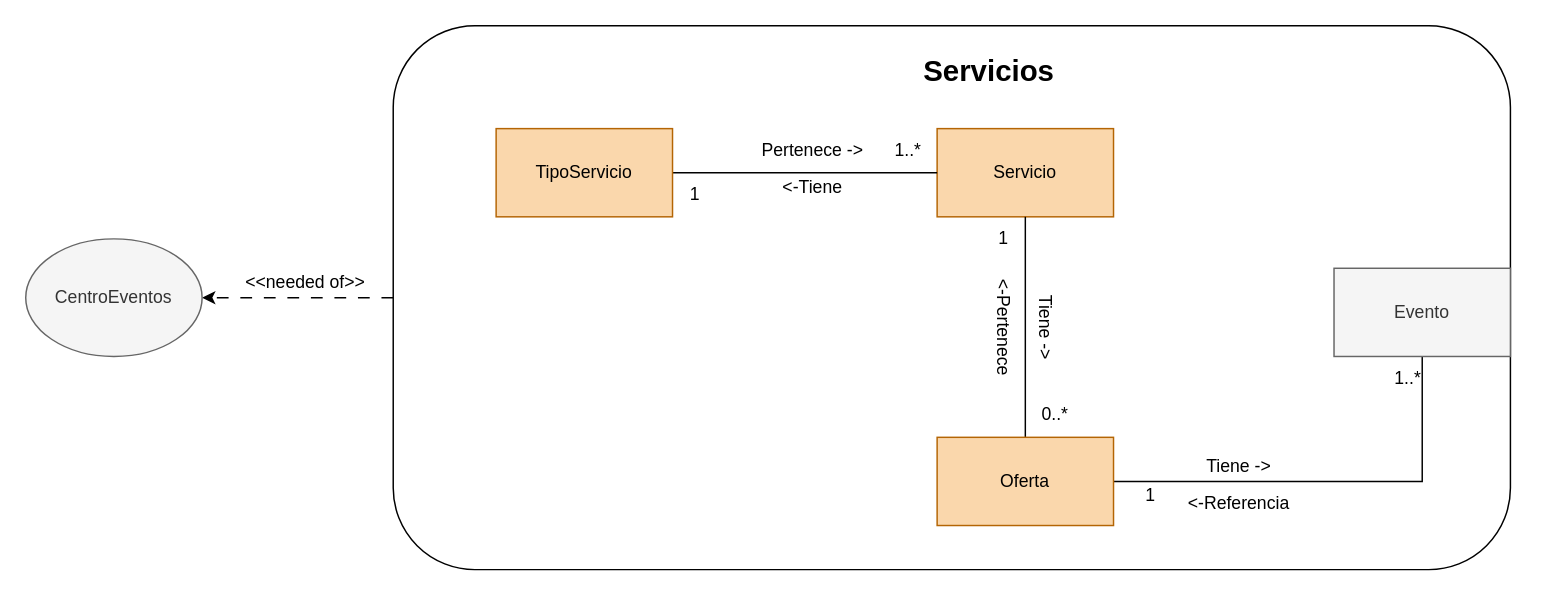
cristianospina/DOO keeps this draw.io diagram as page "4.5 Servicios-ModeloDominioAcotado" (8 of 16) of SpaOnline/ModeloDominioSpa.drawio. Above is the earlier version. Source tidied: cells renumbered, new cells numbered last; positions are measured from the earlier drawing's top-left corner, leaving out a move shared by most shapes. Both pictures are drawn from the tidied source at 147%, with x=0, y=0 at pixel (25, 25).
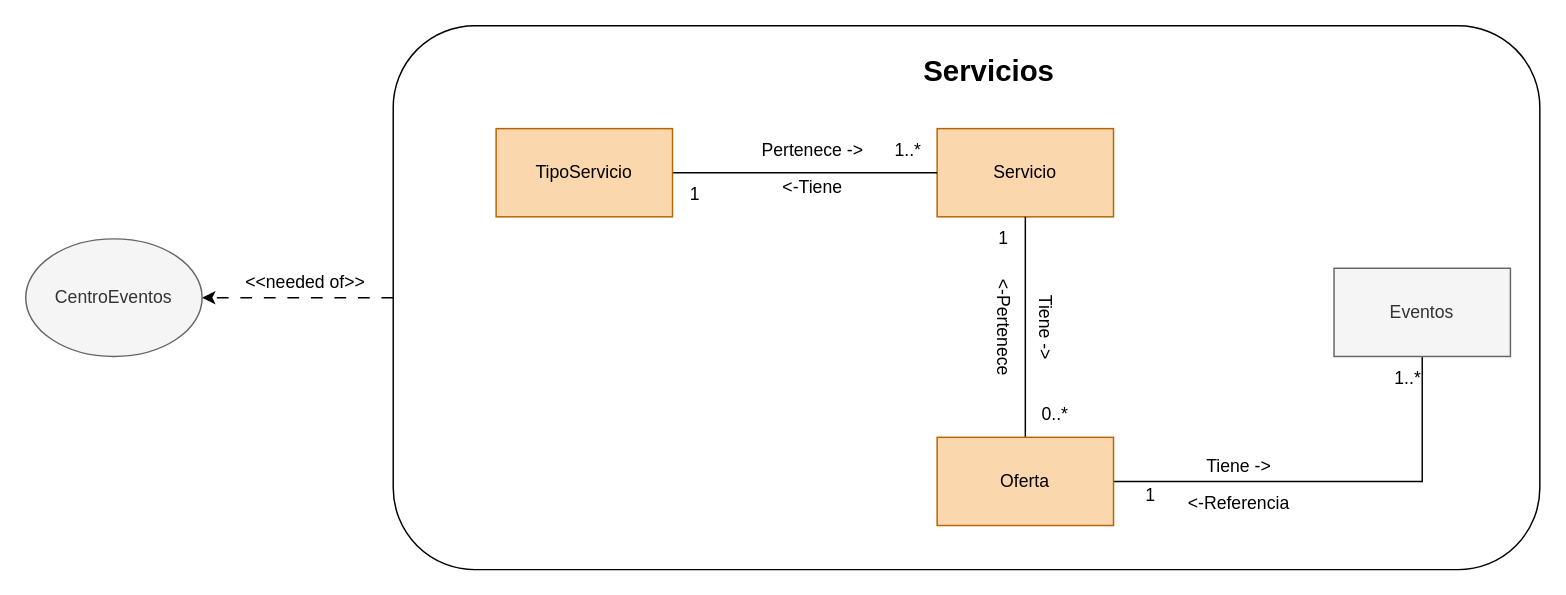
Above is the later version.

Diff of the diagram source:
```diff
@@
     <mxCell id="3" style="rounded=1;whiteSpace=wrap;html=1;" parent="1" vertex="1">
-      <mxGeometry x="250" width="760" height="370" as="geometry" />
+      <mxGeometry x="250" width="780" height="370" as="geometry" />
     </mxCell>
@@
-    <mxCell id="21" value="Evento" style="rounded=0;whiteSpace=wrap;html=1;fillColor=#f5f5f5;strokeColor=#666666;fontColor=#333333;" parent="1" vertex="1">
+    <mxCell id="21" value="Eventos" style="rounded=0;whiteSpace=wrap;html=1;fillColor=#f5f5f5;strokeColor=#666666;fontColor=#333333;" parent="1" vertex="1">
       <mxGeometry x="890" y="165" width="120" height="60" as="geometry" />
     </mxCell>
```
